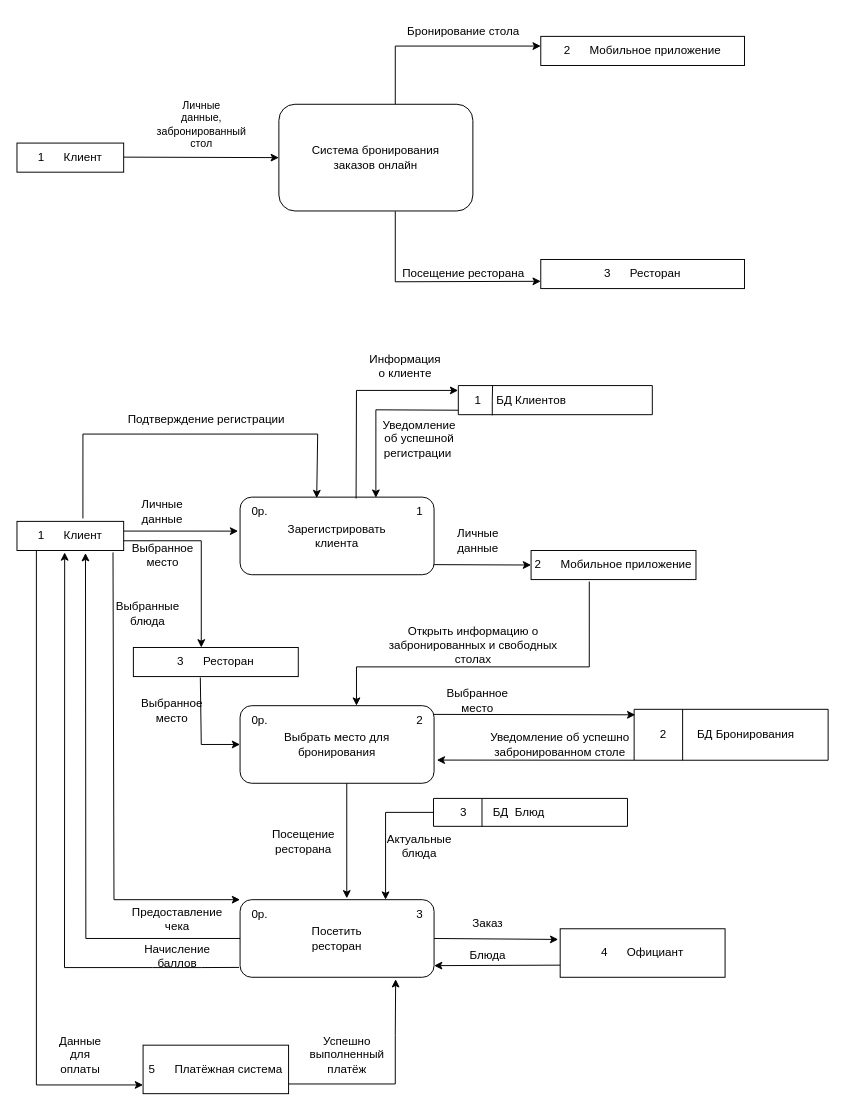
Earlier version of the draw.io diagram DFD (1).drawio (Crecker24/kursach). Source tidied: cells renumbered, new cells numbered last; positions are measured from the earlier drawing's top-left corner, leaving out a move shared by most shapes. Both pictures are drawn from the tidied source at 97%, with x=0, y=0 at pixel (16, 16).
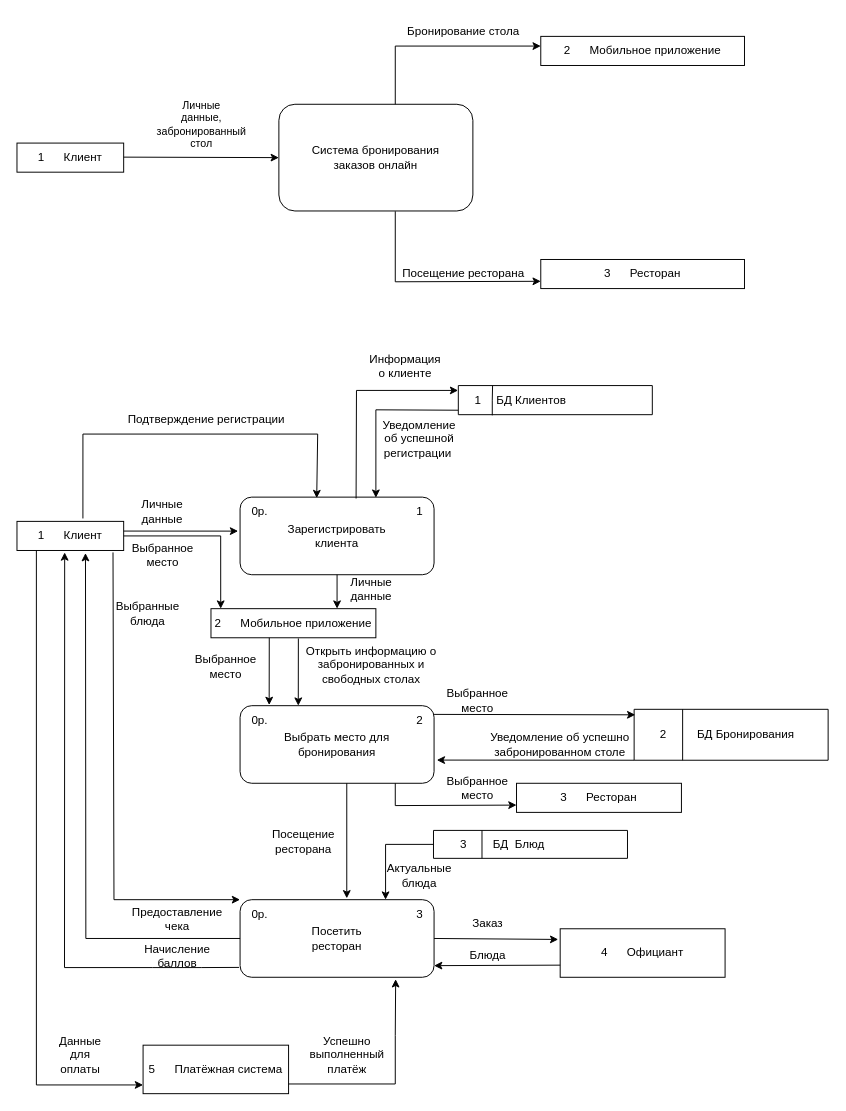
Above is the later version.

The change refers to these unchanged cells:
```xml
<mxCell id="11" value="&lt;div style=&quot;&quot;&gt;&lt;span style=&quot;background-color: initial;&quot;&gt;1&lt;/span&gt;&lt;span style=&quot;background-color: initial; white-space: pre;&quot;&gt;&#9;&lt;/span&gt;&lt;span style=&quot;background-color: initial;&quot;&gt;Клиент&lt;/span&gt;&lt;/div&gt;" style="rounded=0;whiteSpace=wrap;html=1;align=center;" parent="1" vertex="1">
  <mxGeometry y="520" width="110" height="30" as="geometry" />
</mxCell>
<mxCell id="12" value="Зарегистрировать&lt;div&gt;клиента&lt;/div&gt;" style="rounded=1;whiteSpace=wrap;html=1;" parent="1" vertex="1">
  <mxGeometry x="230" y="495" width="200" height="80" as="geometry" />
</mxCell>
<mxCell id="26" value="Выбрать место для&lt;div&gt;бронирования&lt;/div&gt;" style="rounded=1;whiteSpace=wrap;html=1;" parent="1" vertex="1">
  <mxGeometry x="230" y="710" width="200" height="80" as="geometry" />
</mxCell>
<mxCell id="30" value="Посетить&lt;div&gt;ресторан&lt;/div&gt;" style="rounded=1;whiteSpace=wrap;html=1;" parent="1" vertex="1">
  <mxGeometry x="230" y="910" width="200" height="80" as="geometry" />
</mxCell>
```

Change to the diagram source:
```diff
@@
     <mxCell id="23" value="&lt;div style=&quot;&quot;&gt;2&lt;span style=&quot;background-color: initial; white-space: pre;&quot;&gt;&#9;&lt;/span&gt;Мобильное приложение&lt;/div&gt;" style="rounded=0;whiteSpace=wrap;html=1;align=center;" parent="1" vertex="1">
-      <mxGeometry x="530" y="550" width="170" height="30" as="geometry" />
+      <mxGeometry x="200" y="610" width="170" height="30" as="geometry" />
     </mxCell>
-    <mxCell id="24" style="edgeStyle=none;orthogonalLoop=1;jettySize=auto;html=1;rounded=0;" parent="1" edge="1">
-      <mxGeometry relative="1" as="geometry">
-        <mxPoint x="430" y="564.6" as="sourcePoint" />
-        <mxPoint x="530" y="565" as="targetPoint" />
-      </mxGeometry>
-    </mxCell>
     <mxCell id="25" value="Личные&lt;div&gt;данные&lt;/div&gt;" style="text;html=1;align=center;verticalAlign=middle;strokeColor=none;fillColor=none;" parent="1" vertex="1">
-      <mxGeometry x="440" y="520" width="70" height="40" as="geometry" />
+      <mxGeometry x="330" y="570" width="70" height="40" as="geometry" />
     </mxCell>
@@
-    <mxCell id="28" style="edgeStyle=none;jettySize=auto;html=1;rounded=0;exitX=0.353;exitY=1.067;exitDx=0;exitDy=0;exitPerimeter=0;entryX=0.6;entryY=0;entryDx=0;entryDy=0;entryPerimeter=0;" parent="1" edge="1" source="23" target="26">
-      <mxGeometry relative="1" as="geometry">
-        <Array as="points">
-          <mxPoint x="590" y="670" />
-          <mxPoint x="350" y="670" />
-        </Array>
-      </mxGeometry>
-    </mxCell>
-    <mxCell id="29" value="Открыть информацию о&lt;div&gt;забронированных и свободных&lt;/div&gt;&lt;div&gt;столах&lt;br&gt;&lt;div&gt;&lt;br&gt;&lt;/div&gt;&lt;/div&gt;" style="text;html=1;align=center;verticalAlign=middle;strokeColor=none;fillColor=none;" parent="1" vertex="1">
-      <mxGeometry x="370" y="620" width="200" height="70" as="geometry" />
+    <mxCell id="29" value="Открыть информацию о&lt;div&gt;забронированных и&lt;/div&gt;&lt;div&gt;свободных&amp;nbsp;&lt;span style=&quot;background-color: initial;&quot;&gt;столах&lt;/span&gt;&lt;/div&gt;&lt;div&gt;&lt;div&gt;&lt;br&gt;&lt;/div&gt;&lt;/div&gt;" style="text;html=1;align=center;verticalAlign=middle;strokeColor=none;fillColor=none;" parent="1" vertex="1">
+      <mxGeometry x="285" y="640" width="160" height="70" as="geometry" />
     </mxCell>
@@
     <mxCell id="52" value="&lt;div style=&quot;&quot;&gt;3&lt;span style=&quot;background-color: initial; white-space: pre;&quot;&gt;&#9;&lt;/span&gt;Ресторан&lt;/div&gt;" style="rounded=0;whiteSpace=wrap;html=1;align=center;" parent="1" vertex="1">
-      <mxGeometry x="120" y="650" width="170" height="30" as="geometry" />
+      <mxGeometry x="515" y="790" width="170" height="30" as="geometry" />
     </mxCell>
@@
-    <mxCell id="60" style="edgeStyle=none;orthogonalLoop=1;jettySize=auto;html=1;rounded=0;" parent="1" edge="1">
-      <mxGeometry relative="1" as="geometry">
-        <mxPoint x="110" y="540" as="sourcePoint" />
-        <mxPoint x="190" y="650" as="targetPoint" />
-        <Array as="points">
-          <mxPoint x="190" y="540" />
-          <mxPoint x="190" y="650" />
-        </Array>
-      </mxGeometry>
-    </mxCell>
@@
-    <mxCell id="62" value="Выбранное&lt;div&gt;место&lt;/div&gt;" style="text;html=1;whiteSpace=wrap;strokeColor=none;fillColor=none;align=center;verticalAlign=middle;rounded=0;" parent="1" vertex="1">
-      <mxGeometry x="130" y="700" width="60" height="30" as="geometry" />
-    </mxCell>
@@
     <mxCell id="68" style="swimlane;startSize=0;rotation=-90;" parent="1" vertex="1">
-      <mxGeometry x="515" y="720" width="28.8" height="200" as="geometry" />
+      <mxGeometry x="515" y="753" width="28.8" height="200" as="geometry" />
     </mxCell>
@@
     <mxCell id="72" style="edgeStyle=none;jettySize=auto;html=1;rounded=0;exitX=0.5;exitY=0;exitDx=0;exitDy=0;entryX=0.75;entryY=0;entryDx=0;entryDy=0;" parent="1" edge="1" source="68" target="30">
       <mxGeometry relative="1" as="geometry">
         <Array as="points">
-          <mxPoint x="380" y="820" />
+          <mxPoint x="380" y="853" />
         </Array>
       </mxGeometry>
     </mxCell>
     <mxCell id="73" value="Актуальные блюда" style="text;html=1;whiteSpace=wrap;strokeColor=none;fillColor=none;align=center;verticalAlign=middle;rounded=0;" parent="1" vertex="1">
-      <mxGeometry x="385" y="840" width="60" height="30" as="geometry" />
+      <mxGeometry x="385" y="870" width="60" height="30" as="geometry" />
     </mxCell>
-    <mxCell id="74" style="edgeStyle=none;jettySize=auto;html=1;rounded=0;exitX=0.406;exitY=1.033;exitDx=0;exitDy=0;exitPerimeter=0;entryX=0;entryY=0.5;entryDx=0;entryDy=0;" parent="1" edge="1" source="52" target="26">
-      <mxGeometry relative="1" as="geometry">
-        <Array as="points">
-          <mxPoint x="190" y="750" />
-        </Array>
-      </mxGeometry>
-    </mxCell>
@@
+    <mxCell id="76" style="endArrow=classic;html=1;rounded=0;exitX=1;exitY=0.5;exitDx=0;exitDy=0;entryX=0.059;entryY=0;entryDx=0;entryDy=0;entryPerimeter=0;" parent="1" edge="1" source="11" target="23">
+      <mxGeometry relative="1" as="geometry">
+        <Array as="points">
+          <mxPoint x="210" y="535" />
+        </Array>
+      </mxGeometry>
+    </mxCell>
+    <mxCell id="77" style="endArrow=classic;html=1;rounded=0;exitX=0.883;exitY=1.024;exitDx=0;exitDy=0;exitPerimeter=0;entryX=0.6;entryY=0;entryDx=0;entryDy=0;entryPerimeter=0;" parent="1" edge="1">
+      <mxGeometry relative="1" as="geometry">
+        <mxPoint x="260.1" y="640" as="sourcePoint" />
+        <mxPoint x="260" y="709.3" as="targetPoint" />
+      </mxGeometry>
+    </mxCell>
+    <mxCell id="78" style="edgeStyle=none;jettySize=auto;html=1;rounded=0;exitX=0.5;exitY=1;exitDx=0;exitDy=0;" parent="1" edge="1" source="12">
+      <mxGeometry relative="1" as="geometry">
+        <mxPoint x="330" y="610" as="targetPoint" />
+      </mxGeometry>
+    </mxCell>
+    <mxCell id="79" value="Выбранное&lt;div&gt;место&lt;/div&gt;" style="text;html=1;align=center;verticalAlign=middle;strokeColor=none;fillColor=none;" parent="1" vertex="1">
+      <mxGeometry x="170" y="650" width="90" height="40" as="geometry" />
+    </mxCell>
+    <mxCell id="80" style="endArrow=classic;html=1;rounded=0;exitX=0.883;exitY=1.024;exitDx=0;exitDy=0;exitPerimeter=0;entryX=0.6;entryY=0;entryDx=0;entryDy=0;entryPerimeter=0;" parent="1" edge="1">
+      <mxGeometry relative="1" as="geometry">
+        <mxPoint x="290.1" y="640.7" as="sourcePoint" />
+        <mxPoint x="290" y="710" as="targetPoint" />
+      </mxGeometry>
+    </mxCell>
+    <mxCell id="81" style="edgeStyle=none;jettySize=auto;html=1;rounded=0;entryX=0;entryY=0.75;entryDx=0;entryDy=0;" parent="1" edge="1" target="52">
+      <mxGeometry relative="1" as="geometry">
+        <mxPoint x="390" y="790" as="sourcePoint" />
+        <Array as="points">
+          <mxPoint x="390" y="813" />
+        </Array>
+      </mxGeometry>
+    </mxCell>
+    <mxCell id="62" value="Выбранное&lt;div&gt;место&lt;/div&gt;" style="text;html=1;whiteSpace=wrap;strokeColor=none;fillColor=none;align=center;verticalAlign=middle;rounded=0;" parent="1" vertex="1">
+      <mxGeometry x="445" y="780" width="60" height="30" as="geometry" />
+    </mxCell>
```
